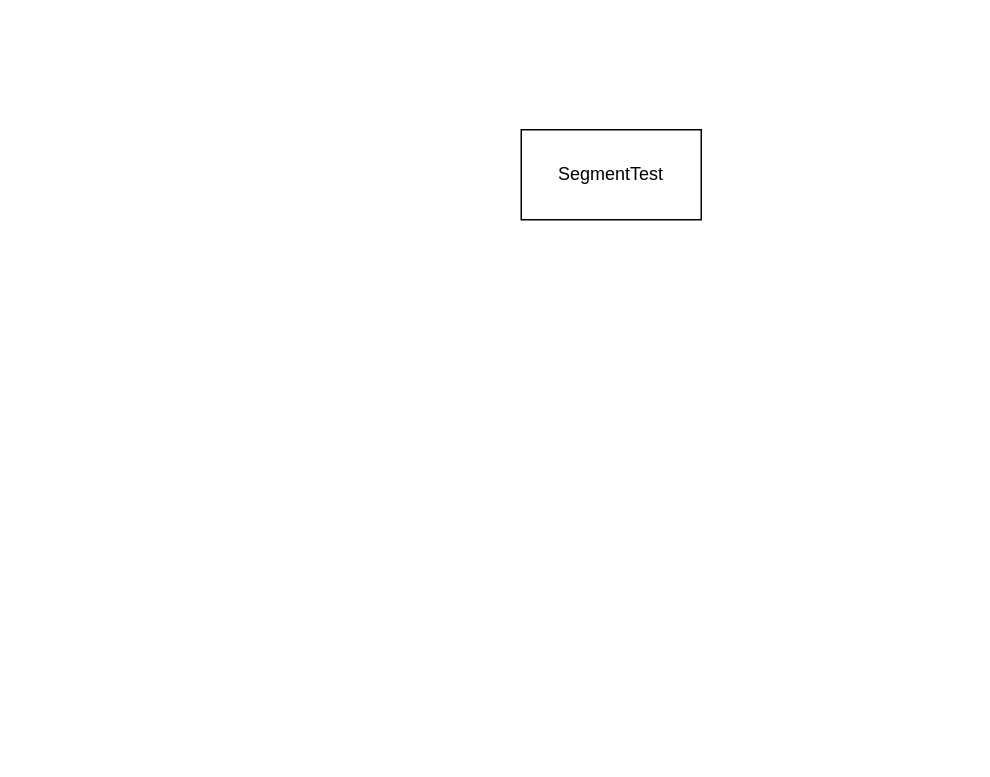
This is SegmentTestAPI.drawio from stablestpale/run_server, a draw.io file, before an edit. Source tidied: cells renumbered, new cells numbered last; positions are measured from the earlier drawing's top-left corner, leaving out a move shared by most shapes. Both pictures are drawn from the tidied source at 150%, with x=0, y=0 at pixel (520, 129). Pictures stored in the file or linked from it are replaced by grey dashed boxes.
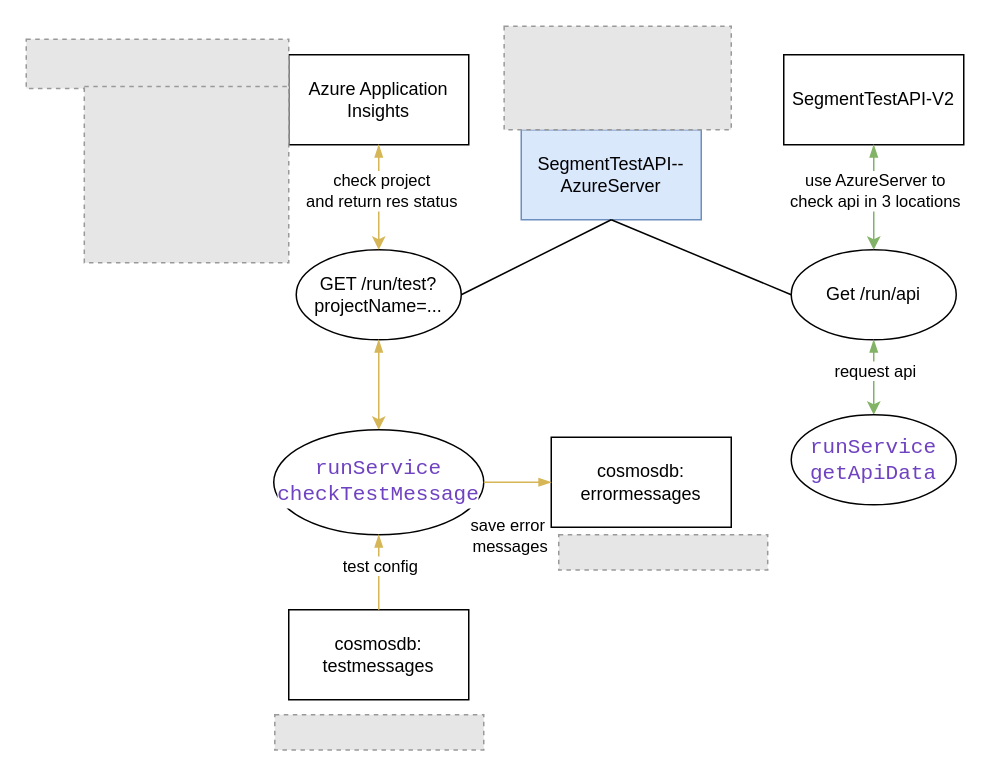
Above is the later version.

Diff of the diagram source:
```diff
@@
-    <mxCell id="2" value="SegmentTest" style="rounded=0;whiteSpace=wrap;html=1;" parent="1" vertex="1">
+    <mxCell id="2" value="SegmentTestAPI--AzureServer" style="rounded=0;whiteSpace=wrap;html=1;fillColor=#dae8fc;strokeColor=#6c8ebf;" parent="1" vertex="1">
       <mxGeometry width="120" height="60" as="geometry" />
     </mxCell>
+    <mxCell id="3" value="GET /run/test?projectName=..." style="ellipse;whiteSpace=wrap;html=1;" parent="1" vertex="1">
+      <mxGeometry x="-150" y="80" width="110" height="60" as="geometry" />
+    </mxCell>
+    <mxCell id="4" value="Get /run/api" style="ellipse;whiteSpace=wrap;html=1;" parent="1" vertex="1">
+      <mxGeometry x="180" y="80" width="110" height="60" as="geometry" />
+    </mxCell>
+    <mxCell id="5" value="Azure Application Insights" style="rounded=0;whiteSpace=wrap;html=1;" parent="1" vertex="1">
+      <mxGeometry x="-155" y="-50" width="120" height="60" as="geometry" />
+    </mxCell>
+    <mxCell id="6" value="SegmentTestAPI-V2" style="rounded=0;whiteSpace=wrap;html=1;" parent="1" vertex="1">
+      <mxGeometry x="175" y="-50" width="120" height="60" as="geometry" />
+    </mxCell>
+    <mxCell id="7" value="cosmosdb:&lt;br&gt;testmessages" style="rounded=0;whiteSpace=wrap;html=1;" parent="1" vertex="1">
+      <mxGeometry x="-155" y="320" width="120" height="60" as="geometry" />
+    </mxCell>
+    <mxCell id="8" style="endArrow=none;html=1;rounded=0;exitX=1;exitY=0.5;exitDx=0;exitDy=0;entryX=0.5;entryY=1;entryDx=0;entryDy=0;" parent="1" edge="1" source="3" target="2">
+      <mxGeometry relative="1" as="geometry" />
+    </mxCell>
+    <mxCell id="9" style="endArrow=none;html=1;rounded=0;exitX=0;exitY=0.5;exitDx=0;exitDy=0;" parent="1" edge="1" source="4">
+      <mxGeometry relative="1" as="geometry">
+        <mxPoint x="60" y="60" as="targetPoint" />
+      </mxGeometry>
+    </mxCell>
+    <mxCell id="10" style="endArrow=classic;html=1;rounded=0;fillColor=#fff2cc;strokeColor=#d6b656;exitX=0.5;exitY=1;exitDx=0;exitDy=0;startArrow=blockThin;startFill=1;" parent="1" edge="1" source="5" target="3">
+      <mxGeometry relative="1" as="geometry" />
+    </mxCell>
+    <mxCell id="11" value="check project&lt;br&gt;and return res status" style="edgeLabel;html=1;align=center;verticalAlign=middle;" parent="10" vertex="1">
+      <mxGeometry x="-0.27" y="1" relative="1" as="geometry">
+        <mxPoint y="4" as="offset" />
+      </mxGeometry>
+    </mxCell>
+    <mxCell id="12" style="endArrow=classic;html=1;rounded=0;fillColor=#fff2cc;strokeColor=#d6b656;exitX=0.5;exitY=1;exitDx=0;exitDy=0;entryX=0.5;entryY=0;entryDx=0;entryDy=0;startArrow=blockThin;startFill=1;" parent="1" edge="1" source="3" target="17">
+      <mxGeometry relative="1" as="geometry" />
+    </mxCell>
+    <mxCell id="13" style="endArrow=classic;html=1;rounded=0;entryX=0.5;entryY=0;entryDx=0;entryDy=0;fillColor=#d5e8d4;strokeColor=#82b366;exitX=0.5;exitY=1;exitDx=0;exitDy=0;startArrow=blockThin;startFill=1;" parent="1" edge="1" source="6" target="4">
+      <mxGeometry relative="1" as="geometry" />
+    </mxCell>
+    <mxCell id="14" value="use AzureServer to &lt;br&gt;check api in 3 locations" style="edgeLabel;html=1;align=center;verticalAlign=middle;" parent="13" vertex="1">
+      <mxGeometry x="-0.39" y="1" relative="1" as="geometry">
+        <mxPoint x="-1" y="9" as="offset" />
+      </mxGeometry>
+    </mxCell>
+    <mxCell id="15" style="endArrow=classic;html=1;rounded=0;exitX=0.5;exitY=1;exitDx=0;exitDy=0;fillColor=#d5e8d4;strokeColor=#82b366;startArrow=blockThin;startFill=1;" parent="1" edge="1" source="4">
+      <mxGeometry relative="1" as="geometry">
+        <mxPoint x="235" y="190" as="targetPoint" />
+      </mxGeometry>
+    </mxCell>
+    <mxCell id="16" value="request api" style="edgeLabel;html=1;align=center;verticalAlign=middle;" parent="15" vertex="1">
+      <mxGeometry x="-0.53" y="-2" relative="1" as="geometry">
+        <mxPoint x="2" y="8" as="offset" />
+      </mxGeometry>
+    </mxCell>
+    <mxCell id="17" value="&lt;span style=&quot;color: rgb(111, 66, 193); font-family: Consolas, &amp;quot;Courier New&amp;quot;, monospace; font-size: 14px; background-color: rgb(255, 255, 255);&quot;&gt;runService&lt;/span&gt;&lt;br style=&quot;color: rgb(111, 66, 193); font-family: Consolas, &amp;quot;Courier New&amp;quot;, monospace; font-size: 14px;&quot;&gt;&lt;div style=&quot;color: rgb(36, 41, 46); background-color: rgb(255, 255, 255); font-family: Consolas, &amp;quot;Courier New&amp;quot;, monospace; font-size: 14px; line-height: 19px;&quot;&gt;&lt;span style=&quot;color: #6f42c1;&quot;&gt;checkTestMessage&lt;/span&gt;&lt;/div&gt;" style="ellipse;whiteSpace=wrap;html=1;" parent="1" vertex="1">
+      <mxGeometry x="-165" y="200" width="140" height="70" as="geometry" />
+    </mxCell>
+    <mxCell id="18" value="&lt;span style=&quot;color: rgb(111, 66, 193); background-color: rgb(255, 255, 255); font-family: Consolas, &amp;quot;Courier New&amp;quot;, monospace; font-size: 14px;&quot;&gt;runService&lt;br&gt;getApiData&lt;/span&gt;" style="ellipse;whiteSpace=wrap;html=1;" parent="1" vertex="1">
+      <mxGeometry x="180" y="190" width="110" height="60" as="geometry" />
+    </mxCell>
+    <mxCell id="19" style="endArrow=blockThin;html=1;rounded=0;fillColor=#fff2cc;strokeColor=#d6b656;exitX=0.5;exitY=0;exitDx=0;exitDy=0;startArrow=none;startFill=0;entryX=0.5;entryY=1;entryDx=0;entryDy=0;endFill=1;" parent="1" edge="1" source="7" target="17">
+      <mxGeometry relative="1" as="geometry" />
+    </mxCell>
+    <mxCell id="20" value="test config" style="edgeLabel;html=1;align=center;verticalAlign=middle;" parent="19" vertex="1">
+      <mxGeometry x="0.48" y="1" relative="1" as="geometry">
+        <mxPoint x="1" y="7" as="offset" />
+      </mxGeometry>
+    </mxCell>
+    <mxCell id="21" value="cosmosdb:&lt;br&gt;errormessages" style="rounded=0;whiteSpace=wrap;html=1;" parent="1" vertex="1">
+      <mxGeometry x="20" y="205" width="120" height="60" as="geometry" />
+    </mxCell>
+    <mxCell id="22" style="endArrow=blockThin;html=1;rounded=0;fillColor=#fff2cc;strokeColor=#d6b656;startArrow=none;startFill=0;entryX=0;entryY=0.5;entryDx=0;entryDy=0;endFill=1;exitX=1;exitY=0.5;exitDx=0;exitDy=0;" parent="1" edge="1" source="17" target="21">
+      <mxGeometry relative="1" as="geometry" />
+    </mxCell>
+    <mxCell id="23" value="save error&lt;br&gt;&amp;nbsp;messages" style="edgeLabel;html=1;align=center;verticalAlign=middle;" parent="22" vertex="1">
+      <mxGeometry x="0.48" y="1" relative="1" as="geometry">
+        <mxPoint x="-18" y="36" as="offset" />
+      </mxGeometry>
+    </mxCell>
+    <mxCell id="24" style="fillColor=#E6E6E6;strokeColor=#999999;dashed=1;verticalLabelPosition=bottom;labelBackgroundColor=default;verticalAlign=top;" parent="1" vertex="1">
+      <mxGeometry x="-330" y="-60.3" width="175" height="32.8" as="geometry" />
+    </mxCell>
+    <mxCell id="25" style="fillColor=#E6E6E6;strokeColor=#999999;dashed=1;verticalLabelPosition=bottom;labelBackgroundColor=default;verticalAlign=top;" parent="1" vertex="1">
+      <mxGeometry x="-291.3" y="-28.8" width="136.3" height="117.5" as="geometry" />
+    </mxCell>
+    <mxCell id="26" style="fillColor=#E6E6E6;strokeColor=#999999;dashed=1;verticalLabelPosition=bottom;labelBackgroundColor=default;verticalAlign=top;" parent="1" vertex="1">
+      <mxGeometry x="-164.3" y="390" width="139.3" height="23.5" as="geometry" />
+    </mxCell>
+    <mxCell id="27" style="fillColor=#E6E6E6;strokeColor=#999999;dashed=1;verticalLabelPosition=bottom;labelBackgroundColor=default;verticalAlign=top;" parent="1" vertex="1">
+      <mxGeometry x="25" y="270" width="139.3" height="23.5" as="geometry" />
+    </mxCell>
+    <mxCell id="28" style="fillColor=#E6E6E6;strokeColor=#999999;dashed=1;verticalLabelPosition=bottom;labelBackgroundColor=default;verticalAlign=top;" parent="1" vertex="1">
+      <mxGeometry x="-11.4" y="-69" width="151.4" height="69" as="geometry" />
+    </mxCell>
```
